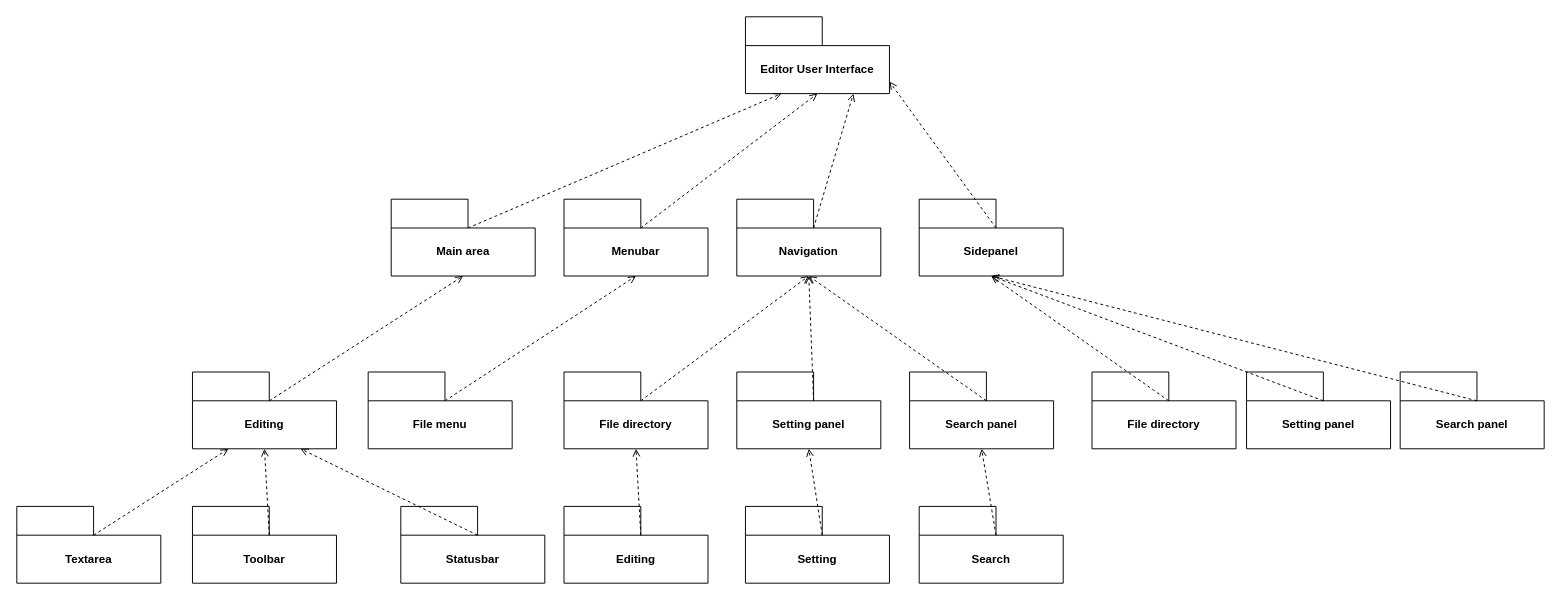
The draw.io diagram page "Package diagram - UI" (6 of 11) of doc/dial_editor.drawio in zz0-0/dial_editor, before the edit. Source tidied: cells renumbered, new cells numbered last; positions are measured from the earlier drawing's top-left corner, leaving out a move shared by most shapes. Both pictures are drawn from the tidied source at 96%, with x=0, y=0 at pixel (16, 16).
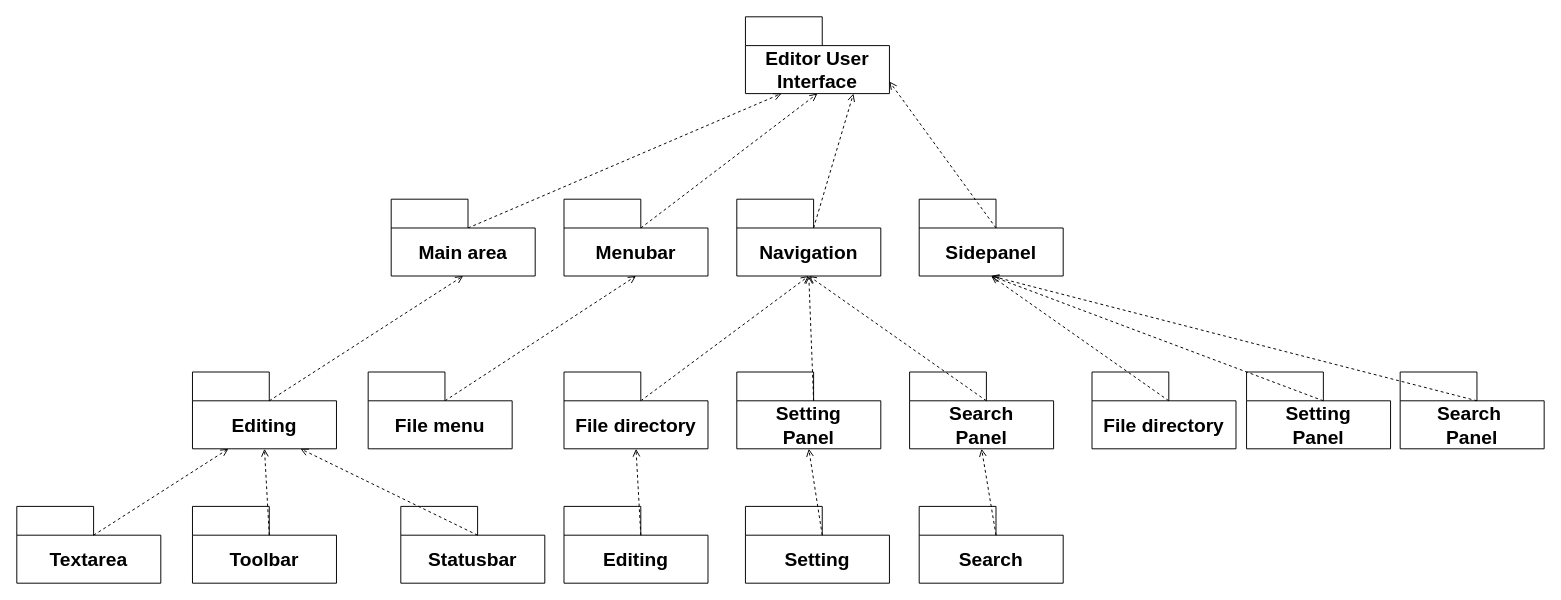
The same diagram, later.

What changed in the source:
```diff
@@
-    <mxCell id="2" value="Search panel" style="shape=folder;fontStyle=1;tabWidth=80;tabHeight=30;tabPosition=left;html=1;boundedLbl=1;whiteSpace=wrap;" parent="1" vertex="1">
+    <mxCell id="2" value="Search&lt;div style=&quot;font-size: 20px;&quot;&gt;Panel&lt;/div&gt;" style="shape=folder;fontStyle=1;tabWidth=80;tabHeight=30;tabPosition=left;html=1;boundedLbl=1;whiteSpace=wrap;fontSize=20;" parent="1" vertex="1">
       <mxGeometry x="930" y="370" width="150" height="80" as="geometry" />
     </mxCell>
-    <mxCell id="3" value="Setting panel" style="shape=folder;fontStyle=1;tabWidth=80;tabHeight=30;tabPosition=left;html=1;boundedLbl=1;whiteSpace=wrap;" parent="1" vertex="1">
+    <mxCell id="3" value="Setting&lt;div style=&quot;font-size: 20px;&quot;&gt;Panel&lt;/div&gt;" style="shape=folder;fontStyle=1;tabWidth=80;tabHeight=30;tabPosition=left;html=1;boundedLbl=1;whiteSpace=wrap;fontSize=20;" parent="1" vertex="1">
       <mxGeometry x="750" y="370" width="150" height="80" as="geometry" />
     </mxCell>
-    <mxCell id="4" value="File directory" style="shape=folder;fontStyle=1;tabWidth=80;tabHeight=30;tabPosition=left;html=1;boundedLbl=1;whiteSpace=wrap;" parent="1" vertex="1">
+    <mxCell id="4" value="File directory" style="shape=folder;fontStyle=1;tabWidth=80;tabHeight=30;tabPosition=left;html=1;boundedLbl=1;whiteSpace=wrap;fontSize=20;" parent="1" vertex="1">
       <mxGeometry x="1120" y="370" width="150" height="80" as="geometry" />
     </mxCell>
-    <mxCell id="5" value="Editor User Interface" style="shape=folder;fontStyle=1;tabWidth=80;tabHeight=30;tabPosition=left;html=1;boundedLbl=1;whiteSpace=wrap;" parent="1" vertex="1">
+    <mxCell id="5" value="Editor User Interface" style="shape=folder;fontStyle=1;tabWidth=80;tabHeight=30;tabPosition=left;html=1;boundedLbl=1;whiteSpace=wrap;fontSize=20;" parent="1" vertex="1">
       <mxGeometry x="759" width="150" height="80" as="geometry" />
     </mxCell>
-    <mxCell id="6" value="Editing" style="shape=folder;fontStyle=1;tabWidth=80;tabHeight=30;tabPosition=left;html=1;boundedLbl=1;whiteSpace=wrap;" parent="1" vertex="1">
+    <mxCell id="6" value="Editing" style="shape=folder;fontStyle=1;tabWidth=80;tabHeight=30;tabPosition=left;html=1;boundedLbl=1;whiteSpace=wrap;fontSize=20;" parent="1" vertex="1">
       <mxGeometry x="183" y="370" width="150" height="80" as="geometry" />
     </mxCell>
-    <mxCell id="7" value="Menubar" style="shape=folder;fontStyle=1;tabWidth=80;tabHeight=30;tabPosition=left;html=1;boundedLbl=1;whiteSpace=wrap;" parent="1" vertex="1">
+    <mxCell id="7" value="Menubar" style="shape=folder;fontStyle=1;tabWidth=80;tabHeight=30;tabPosition=left;html=1;boundedLbl=1;whiteSpace=wrap;fontSize=20;" parent="1" vertex="1">
       <mxGeometry x="570" y="190" width="150" height="80" as="geometry" />
     </mxCell>
-    <mxCell id="8" value="Navigation" style="shape=folder;fontStyle=1;tabWidth=80;tabHeight=30;tabPosition=left;html=1;boundedLbl=1;whiteSpace=wrap;" parent="1" vertex="1">
+    <mxCell id="8" value="Navigation" style="shape=folder;fontStyle=1;tabWidth=80;tabHeight=30;tabPosition=left;html=1;boundedLbl=1;whiteSpace=wrap;fontSize=20;" parent="1" vertex="1">
       <mxGeometry x="750" y="190" width="150" height="80" as="geometry" />
     </mxCell>
-    <mxCell id="9" value="Sidepanel" style="shape=folder;fontStyle=1;tabWidth=80;tabHeight=30;tabPosition=left;html=1;boundedLbl=1;whiteSpace=wrap;" parent="1" vertex="1">
+    <mxCell id="9" value="Sidepanel" style="shape=folder;fontStyle=1;tabWidth=80;tabHeight=30;tabPosition=left;html=1;boundedLbl=1;whiteSpace=wrap;fontSize=20;" parent="1" vertex="1">
       <mxGeometry x="940" y="190" width="150" height="80" as="geometry" />
     </mxCell>
-    <mxCell id="10" value="Textarea" style="shape=folder;fontStyle=1;tabWidth=80;tabHeight=30;tabPosition=left;html=1;boundedLbl=1;whiteSpace=wrap;" parent="1" vertex="1">
+    <mxCell id="10" value="Textarea" style="shape=folder;fontStyle=1;tabWidth=80;tabHeight=30;tabPosition=left;html=1;boundedLbl=1;whiteSpace=wrap;fontSize=20;" parent="1" vertex="1">
       <mxGeometry y="510" width="150" height="80" as="geometry" />
     </mxCell>
-    <mxCell id="11" value="Toolbar" style="shape=folder;fontStyle=1;tabWidth=80;tabHeight=30;tabPosition=left;html=1;boundedLbl=1;whiteSpace=wrap;" parent="1" vertex="1">
+    <mxCell id="11" value="Toolbar" style="shape=folder;fontStyle=1;tabWidth=80;tabHeight=30;tabPosition=left;html=1;boundedLbl=1;whiteSpace=wrap;fontSize=20;" parent="1" vertex="1">
       <mxGeometry x="183" y="510" width="150" height="80" as="geometry" />
     </mxCell>
-    <mxCell id="12" value="Statusbar" style="shape=folder;fontStyle=1;tabWidth=80;tabHeight=30;tabPosition=left;html=1;boundedLbl=1;whiteSpace=wrap;" parent="1" vertex="1">
+    <mxCell id="12" value="Statusbar" style="shape=folder;fontStyle=1;tabWidth=80;tabHeight=30;tabPosition=left;html=1;boundedLbl=1;whiteSpace=wrap;fontSize=20;" parent="1" vertex="1">
       <mxGeometry x="400" y="510" width="150" height="80" as="geometry" />
     </mxCell>
-    <mxCell id="13" style="html=1;verticalAlign=bottom;labelBackgroundColor=none;endArrow=open;endFill=0;dashed=1;rounded=0;exitX=0;exitY=0;exitDx=80;exitDy=30;exitPerimeter=0;entryX=0.25;entryY=1;entryDx=0;entryDy=0;entryPerimeter=0;" parent="1" edge="1" source="27" target="5">
+    <mxCell id="13" style="html=1;verticalAlign=bottom;labelBackgroundColor=none;endArrow=open;endFill=0;dashed=1;rounded=0;exitX=0;exitY=0;exitDx=80;exitDy=30;exitPerimeter=0;entryX=0.25;entryY=1;entryDx=0;entryDy=0;entryPerimeter=0;fontSize=16;" parent="1" edge="1" source="27" target="5">
       <mxGeometry relative="1" as="geometry" />
     </mxCell>
-    <mxCell id="14" style="html=1;verticalAlign=bottom;labelBackgroundColor=none;endArrow=open;endFill=0;dashed=1;rounded=0;exitX=0;exitY=0;exitDx=80;exitDy=30;exitPerimeter=0;entryX=0.5;entryY=1;entryDx=0;entryDy=0;entryPerimeter=0;" parent="1" edge="1" source="26" target="7">
+    <mxCell id="14" style="html=1;verticalAlign=bottom;labelBackgroundColor=none;endArrow=open;endFill=0;dashed=1;rounded=0;exitX=0;exitY=0;exitDx=80;exitDy=30;exitPerimeter=0;entryX=0.5;entryY=1;entryDx=0;entryDy=0;entryPerimeter=0;fontSize=16;" parent="1" edge="1" source="26" target="7">
       <mxGeometry relative="1" as="geometry" />
     </mxCell>
-    <mxCell id="15" style="html=1;verticalAlign=bottom;labelBackgroundColor=none;endArrow=open;endFill=0;dashed=1;rounded=0;exitX=0;exitY=0;exitDx=80;exitDy=30;exitPerimeter=0;entryX=0.5;entryY=1;entryDx=0;entryDy=0;entryPerimeter=0;" parent="1" edge="1" source="4" target="9">
+    <mxCell id="15" style="html=1;verticalAlign=bottom;labelBackgroundColor=none;endArrow=open;endFill=0;dashed=1;rounded=0;exitX=0;exitY=0;exitDx=80;exitDy=30;exitPerimeter=0;entryX=0.5;entryY=1;entryDx=0;entryDy=0;entryPerimeter=0;fontSize=16;" parent="1" edge="1" source="4" target="9">
       <mxGeometry relative="1" as="geometry" />
     </mxCell>
-    <mxCell id="16" style="html=1;verticalAlign=bottom;labelBackgroundColor=none;endArrow=open;endFill=0;dashed=1;rounded=0;exitX=0;exitY=0;exitDx=80;exitDy=30;exitPerimeter=0;entryX=0.5;entryY=1;entryDx=0;entryDy=0;entryPerimeter=0;" parent="1" edge="1" source="2" target="8">
+    <mxCell id="16" style="html=1;verticalAlign=bottom;labelBackgroundColor=none;endArrow=open;endFill=0;dashed=1;rounded=0;exitX=0;exitY=0;exitDx=80;exitDy=30;exitPerimeter=0;entryX=0.5;entryY=1;entryDx=0;entryDy=0;entryPerimeter=0;fontSize=16;" parent="1" edge="1" source="2" target="8">
       <mxGeometry relative="1" as="geometry" />
     </mxCell>
-    <mxCell id="17" style="html=1;verticalAlign=bottom;labelBackgroundColor=none;endArrow=open;endFill=0;dashed=1;rounded=0;exitX=0;exitY=0;exitDx=80;exitDy=30;exitPerimeter=0;entryX=0.5;entryY=1;entryDx=0;entryDy=0;entryPerimeter=0;" parent="1" edge="1" source="3" target="8">
+    <mxCell id="17" style="html=1;verticalAlign=bottom;labelBackgroundColor=none;endArrow=open;endFill=0;dashed=1;rounded=0;exitX=0;exitY=0;exitDx=80;exitDy=30;exitPerimeter=0;entryX=0.5;entryY=1;entryDx=0;entryDy=0;entryPerimeter=0;fontSize=16;" parent="1" edge="1" source="3" target="8">
       <mxGeometry relative="1" as="geometry" />
     </mxCell>
-    <mxCell id="18" style="html=1;verticalAlign=bottom;labelBackgroundColor=none;endArrow=open;endFill=0;dashed=1;rounded=0;exitX=0;exitY=0;exitDx=80;exitDy=30;exitPerimeter=0;entryX=0;entryY=0;entryDx=150;entryDy=67.5;entryPerimeter=0;" parent="1" edge="1" source="9" target="5">
+    <mxCell id="18" style="html=1;verticalAlign=bottom;labelBackgroundColor=none;endArrow=open;endFill=0;dashed=1;rounded=0;exitX=0;exitY=0;exitDx=80;exitDy=30;exitPerimeter=0;entryX=0;entryY=0;entryDx=150;entryDy=67.5;entryPerimeter=0;fontSize=16;" parent="1" edge="1" source="9" target="5">
       <mxGeometry relative="1" as="geometry" />
     </mxCell>
-    <mxCell id="19" style="html=1;verticalAlign=bottom;labelBackgroundColor=none;endArrow=open;endFill=0;dashed=1;rounded=0;exitX=0;exitY=0;exitDx=80;exitDy=30;exitPerimeter=0;entryX=0.75;entryY=1;entryDx=0;entryDy=0;entryPerimeter=0;" parent="1" edge="1" source="8" target="5">
+    <mxCell id="19" style="html=1;verticalAlign=bottom;labelBackgroundColor=none;endArrow=open;endFill=0;dashed=1;rounded=0;exitX=0;exitY=0;exitDx=80;exitDy=30;exitPerimeter=0;entryX=0.75;entryY=1;entryDx=0;entryDy=0;entryPerimeter=0;fontSize=16;" parent="1" edge="1" source="8" target="5">
       <mxGeometry relative="1" as="geometry" />
     </mxCell>
-    <mxCell id="20" style="html=1;verticalAlign=bottom;labelBackgroundColor=none;endArrow=open;endFill=0;dashed=1;rounded=0;exitX=0;exitY=0;exitDx=80;exitDy=30;exitPerimeter=0;entryX=0.5;entryY=1;entryDx=0;entryDy=0;entryPerimeter=0;" parent="1" edge="1" source="7" target="5">
+    <mxCell id="20" style="html=1;verticalAlign=bottom;labelBackgroundColor=none;endArrow=open;endFill=0;dashed=1;rounded=0;exitX=0;exitY=0;exitDx=80;exitDy=30;exitPerimeter=0;entryX=0.5;entryY=1;entryDx=0;entryDy=0;entryPerimeter=0;fontSize=16;" parent="1" edge="1" source="7" target="5">
       <mxGeometry relative="1" as="geometry" />
     </mxCell>
-    <mxCell id="21" style="html=1;verticalAlign=bottom;labelBackgroundColor=none;endArrow=open;endFill=0;dashed=1;rounded=0;exitX=0;exitY=0;exitDx=80;exitDy=30;exitPerimeter=0;entryX=0.75;entryY=1;entryDx=0;entryDy=0;entryPerimeter=0;" parent="1" edge="1" source="12" target="6">
+    <mxCell id="21" style="html=1;verticalAlign=bottom;labelBackgroundColor=none;endArrow=open;endFill=0;dashed=1;rounded=0;exitX=0;exitY=0;exitDx=80;exitDy=30;exitPerimeter=0;entryX=0.75;entryY=1;entryDx=0;entryDy=0;entryPerimeter=0;fontSize=16;" parent="1" edge="1" source="12" target="6">
       <mxGeometry relative="1" as="geometry" />
     </mxCell>
-    <mxCell id="22" style="html=1;verticalAlign=bottom;labelBackgroundColor=none;endArrow=open;endFill=0;dashed=1;rounded=0;exitX=0;exitY=0;exitDx=80;exitDy=30;exitPerimeter=0;entryX=0.5;entryY=1;entryDx=0;entryDy=0;entryPerimeter=0;" parent="1" edge="1" source="11" target="6">
+    <mxCell id="22" style="html=1;verticalAlign=bottom;labelBackgroundColor=none;endArrow=open;endFill=0;dashed=1;rounded=0;exitX=0;exitY=0;exitDx=80;exitDy=30;exitPerimeter=0;entryX=0.5;entryY=1;entryDx=0;entryDy=0;entryPerimeter=0;fontSize=16;" parent="1" edge="1" source="11" target="6">
       <mxGeometry relative="1" as="geometry" />
     </mxCell>
-    <mxCell id="23" style="html=1;verticalAlign=bottom;labelBackgroundColor=none;endArrow=open;endFill=0;dashed=1;rounded=0;exitX=0;exitY=0;exitDx=80;exitDy=30;exitPerimeter=0;entryX=0.25;entryY=1;entryDx=0;entryDy=0;entryPerimeter=0;" parent="1" edge="1" source="10" target="6">
+    <mxCell id="23" style="html=1;verticalAlign=bottom;labelBackgroundColor=none;endArrow=open;endFill=0;dashed=1;rounded=0;exitX=0;exitY=0;exitDx=80;exitDy=30;exitPerimeter=0;entryX=0.25;entryY=1;entryDx=0;entryDy=0;entryPerimeter=0;fontSize=16;" parent="1" edge="1" source="10" target="6">
       <mxGeometry relative="1" as="geometry" />
     </mxCell>
-    <mxCell id="24" value="Setting" style="shape=folder;fontStyle=1;tabWidth=80;tabHeight=30;tabPosition=left;html=1;boundedLbl=1;whiteSpace=wrap;" parent="1" vertex="1">
+    <mxCell id="24" value="Setting" style="shape=folder;fontStyle=1;tabWidth=80;tabHeight=30;tabPosition=left;html=1;boundedLbl=1;whiteSpace=wrap;fontSize=20;" parent="1" vertex="1">
       <mxGeometry x="759" y="510" width="150" height="80" as="geometry" />
     </mxCell>
-    <mxCell id="25" value="Search" style="shape=folder;fontStyle=1;tabWidth=80;tabHeight=30;tabPosition=left;html=1;boundedLbl=1;whiteSpace=wrap;" parent="1" vertex="1">
+    <mxCell id="25" value="Search" style="shape=folder;fontStyle=1;tabWidth=80;tabHeight=30;tabPosition=left;html=1;boundedLbl=1;whiteSpace=wrap;fontSize=20;" parent="1" vertex="1">
       <mxGeometry x="940" y="510" width="150" height="80" as="geometry" />
     </mxCell>
-    <mxCell id="26" value="File menu" style="shape=folder;fontStyle=1;tabWidth=80;tabHeight=30;tabPosition=left;html=1;boundedLbl=1;whiteSpace=wrap;" parent="1" vertex="1">
+    <mxCell id="26" value="File menu" style="shape=folder;fontStyle=1;tabWidth=80;tabHeight=30;tabPosition=left;html=1;boundedLbl=1;whiteSpace=wrap;fontSize=20;" parent="1" vertex="1">
       <mxGeometry x="366" y="370" width="150" height="80" as="geometry" />
     </mxCell>
-    <mxCell id="27" value="Main&lt;span style=&quot;background-color: initial;&quot;&gt;&amp;nbsp;area&lt;/span&gt;" style="shape=folder;fontStyle=1;tabWidth=80;tabHeight=30;tabPosition=left;html=1;boundedLbl=1;whiteSpace=wrap;" parent="1" vertex="1">
+    <mxCell id="27" value="Main&lt;span style=&quot;background-color: initial; font-size: 20px;&quot;&gt;&amp;nbsp;area&lt;/span&gt;" style="shape=folder;fontStyle=1;tabWidth=80;tabHeight=30;tabPosition=left;html=1;boundedLbl=1;whiteSpace=wrap;fontSize=20;" parent="1" vertex="1">
       <mxGeometry x="390" y="190" width="150" height="80" as="geometry" />
     </mxCell>
-    <mxCell id="28" style="html=1;verticalAlign=bottom;labelBackgroundColor=none;endArrow=open;endFill=0;dashed=1;rounded=0;exitX=0;exitY=0;exitDx=80;exitDy=30;exitPerimeter=0;entryX=0.5;entryY=1;entryDx=0;entryDy=0;entryPerimeter=0;" parent="1" edge="1" source="6" target="27">
+    <mxCell id="28" style="html=1;verticalAlign=bottom;labelBackgroundColor=none;endArrow=open;endFill=0;dashed=1;rounded=0;exitX=0;exitY=0;exitDx=80;exitDy=30;exitPerimeter=0;entryX=0.5;entryY=1;entryDx=0;entryDy=0;entryPerimeter=0;fontSize=16;" parent="1" edge="1" source="6" target="27">
       <mxGeometry relative="1" as="geometry" />
     </mxCell>
-    <mxCell id="29" value="Editing" style="shape=folder;fontStyle=1;tabWidth=80;tabHeight=30;tabPosition=left;html=1;boundedLbl=1;whiteSpace=wrap;" parent="1" vertex="1">
+    <mxCell id="29" value="Editing" style="shape=folder;fontStyle=1;tabWidth=80;tabHeight=30;tabPosition=left;html=1;boundedLbl=1;whiteSpace=wrap;fontSize=20;" parent="1" vertex="1">
       <mxGeometry x="570" y="510" width="150" height="80" as="geometry" />
     </mxCell>
-    <mxCell id="30" style="html=1;verticalAlign=bottom;labelBackgroundColor=none;endArrow=open;endFill=0;dashed=1;rounded=0;exitX=0;exitY=0;exitDx=80;exitDy=30;exitPerimeter=0;entryX=0.5;entryY=1;entryDx=0;entryDy=0;entryPerimeter=0;" parent="1" edge="1" source="31" target="8">
+    <mxCell id="30" style="html=1;verticalAlign=bottom;labelBackgroundColor=none;endArrow=open;endFill=0;dashed=1;rounded=0;exitX=0;exitY=0;exitDx=80;exitDy=30;exitPerimeter=0;entryX=0.5;entryY=1;entryDx=0;entryDy=0;entryPerimeter=0;fontSize=16;" parent="1" edge="1" source="31" target="8">
       <mxGeometry relative="1" as="geometry" />
     </mxCell>
-    <mxCell id="31" value="File directory" style="shape=folder;fontStyle=1;tabWidth=80;tabHeight=30;tabPosition=left;html=1;boundedLbl=1;whiteSpace=wrap;" parent="1" vertex="1">
+    <mxCell id="31" value="File directory" style="shape=folder;fontStyle=1;tabWidth=80;tabHeight=30;tabPosition=left;html=1;boundedLbl=1;whiteSpace=wrap;fontSize=20;" parent="1" vertex="1">
       <mxGeometry x="570" y="370" width="150" height="80" as="geometry" />
     </mxCell>
-    <mxCell id="32" style="html=1;verticalAlign=bottom;labelBackgroundColor=none;endArrow=open;endFill=0;dashed=1;rounded=0;exitX=0;exitY=0;exitDx=80;exitDy=30;exitPerimeter=0;entryX=0.5;entryY=1;entryDx=0;entryDy=0;entryPerimeter=0;" parent="1" edge="1" source="29" target="31">
+    <mxCell id="32" style="html=1;verticalAlign=bottom;labelBackgroundColor=none;endArrow=open;endFill=0;dashed=1;rounded=0;exitX=0;exitY=0;exitDx=80;exitDy=30;exitPerimeter=0;entryX=0.5;entryY=1;entryDx=0;entryDy=0;entryPerimeter=0;fontSize=16;" parent="1" edge="1" source="29" target="31">
       <mxGeometry relative="1" as="geometry" />
     </mxCell>
-    <mxCell id="33" value="Search panel" style="shape=folder;fontStyle=1;tabWidth=80;tabHeight=30;tabPosition=left;html=1;boundedLbl=1;whiteSpace=wrap;" parent="1" vertex="1">
+    <mxCell id="33" value="Search&amp;nbsp;&lt;div style=&quot;font-size: 20px;&quot;&gt;Panel&lt;/div&gt;" style="shape=folder;fontStyle=1;tabWidth=80;tabHeight=30;tabPosition=left;html=1;boundedLbl=1;whiteSpace=wrap;fontSize=20;" parent="1" vertex="1">
       <mxGeometry x="1441" y="370" width="150" height="80" as="geometry" />
     </mxCell>
-    <mxCell id="34" value="Setting panel" style="shape=folder;fontStyle=1;tabWidth=80;tabHeight=30;tabPosition=left;html=1;boundedLbl=1;whiteSpace=wrap;" parent="1" vertex="1">
+    <mxCell id="34" value="Setting&lt;div style=&quot;font-size: 20px;&quot;&gt;Panel&lt;/div&gt;" style="shape=folder;fontStyle=1;tabWidth=80;tabHeight=30;tabPosition=left;html=1;boundedLbl=1;whiteSpace=wrap;fontSize=20;" parent="1" vertex="1">
       <mxGeometry x="1281" y="370" width="150" height="80" as="geometry" />
     </mxCell>
-    <mxCell id="35" style="html=1;verticalAlign=bottom;labelBackgroundColor=none;endArrow=open;endFill=0;dashed=1;rounded=0;exitX=0;exitY=0;exitDx=80;exitDy=30;exitPerimeter=0;entryX=0.5;entryY=1;entryDx=0;entryDy=0;entryPerimeter=0;" parent="1" edge="1" source="33" target="9">
+    <mxCell id="35" style="html=1;verticalAlign=bottom;labelBackgroundColor=none;endArrow=open;endFill=0;dashed=1;rounded=0;exitX=0;exitY=0;exitDx=80;exitDy=30;exitPerimeter=0;entryX=0.5;entryY=1;entryDx=0;entryDy=0;entryPerimeter=0;fontSize=16;" parent="1" edge="1" source="33" target="9">
       <mxGeometry relative="1" as="geometry" />
     </mxCell>
-    <mxCell id="36" style="html=1;verticalAlign=bottom;labelBackgroundColor=none;endArrow=open;endFill=0;dashed=1;rounded=0;exitX=0;exitY=0;exitDx=80;exitDy=30;exitPerimeter=0;entryX=0.5;entryY=1;entryDx=0;entryDy=0;entryPerimeter=0;" parent="1" edge="1" source="24" target="3">
+    <mxCell id="36" style="html=1;verticalAlign=bottom;labelBackgroundColor=none;endArrow=open;endFill=0;dashed=1;rounded=0;exitX=0;exitY=0;exitDx=80;exitDy=30;exitPerimeter=0;entryX=0.5;entryY=1;entryDx=0;entryDy=0;entryPerimeter=0;fontSize=16;" parent="1" edge="1" source="24" target="3">
       <mxGeometry relative="1" as="geometry" />
     </mxCell>
-    <mxCell id="37" style="html=1;verticalAlign=bottom;labelBackgroundColor=none;endArrow=open;endFill=0;dashed=1;rounded=0;exitX=0;exitY=0;exitDx=80;exitDy=30;exitPerimeter=0;entryX=0.5;entryY=1;entryDx=0;entryDy=0;entryPerimeter=0;" parent="1" edge="1" source="25" target="2">
+    <mxCell id="37" style="html=1;verticalAlign=bottom;labelBackgroundColor=none;endArrow=open;endFill=0;dashed=1;rounded=0;exitX=0;exitY=0;exitDx=80;exitDy=30;exitPerimeter=0;entryX=0.5;entryY=1;entryDx=0;entryDy=0;entryPerimeter=0;fontSize=16;" parent="1" edge="1" source="25" target="2">
       <mxGeometry relative="1" as="geometry" />
     </mxCell>
-    <mxCell id="38" style="html=1;verticalAlign=bottom;labelBackgroundColor=none;endArrow=open;endFill=0;dashed=1;rounded=0;exitX=0;exitY=0;exitDx=80;exitDy=30;exitPerimeter=0;entryX=0.5;entryY=1;entryDx=0;entryDy=0;entryPerimeter=0;" parent="1" edge="1" source="34" target="9">
+    <mxCell id="38" style="html=1;verticalAlign=bottom;labelBackgroundColor=none;endArrow=open;endFill=0;dashed=1;rounded=0;exitX=0;exitY=0;exitDx=80;exitDy=30;exitPerimeter=0;entryX=0.5;entryY=1;entryDx=0;entryDy=0;entryPerimeter=0;fontSize=16;" parent="1" edge="1" source="34" target="9">
       <mxGeometry relative="1" as="geometry" />
     </mxCell>
```
